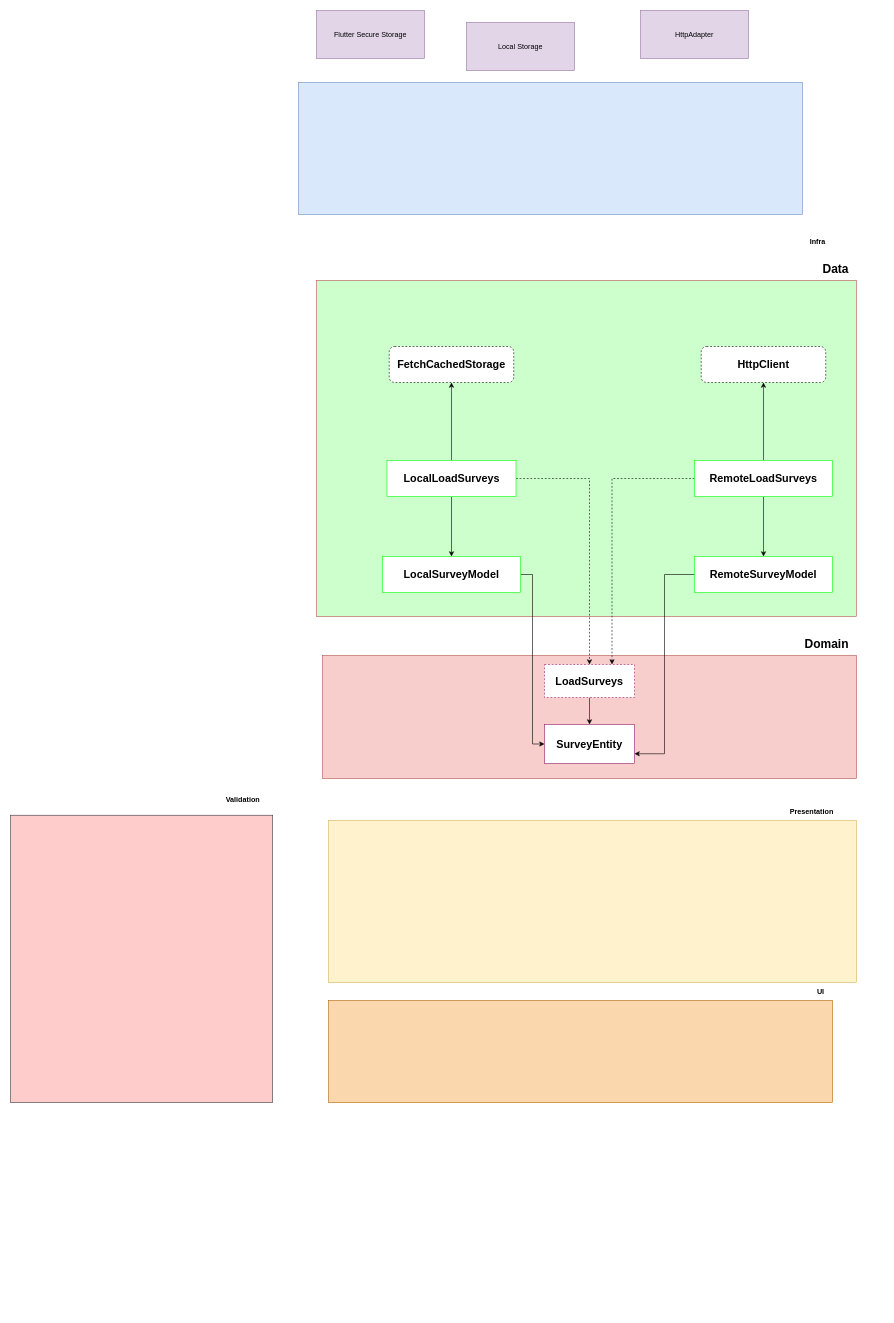
This is page "Survey" (2 of 4) of requirements/Arquitetura TattooManager.drawio from PedroMerinoDev/tattoo_manager, a draw.io file, before an edit. Source tidied: cells renumbered, new cells numbered last; positions are measured from the earlier drawing's top-left corner, leaving out a move shared by most shapes. Both pictures are drawn from the tidied source at 60%, with x=0, y=0 at pixel (10, 10).
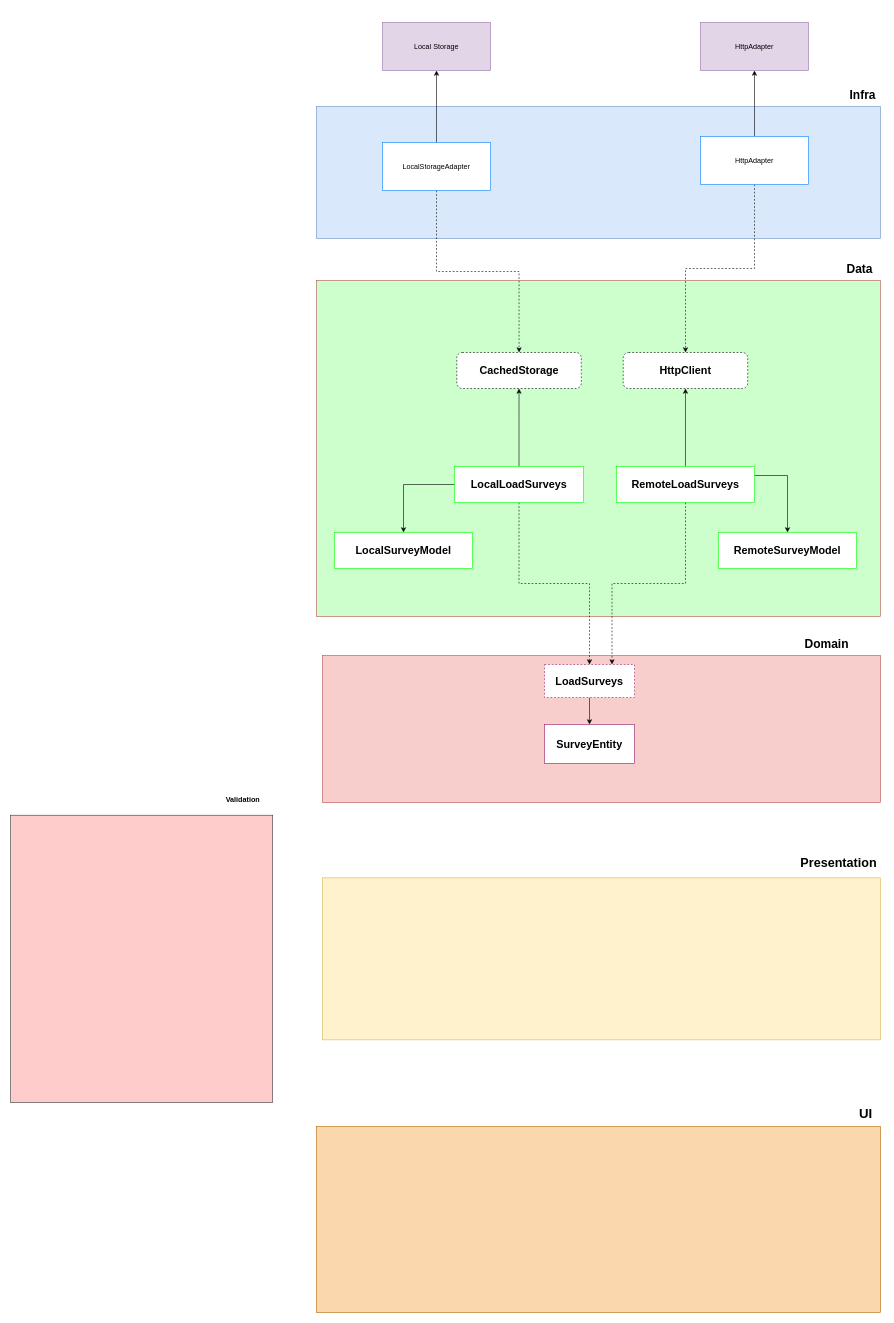
The same page after the edit.

Unchanged cells that the change refers to:
```xml
<mxCell id="5" value="&lt;b&gt;&lt;font style=&quot;font-size: 18px;&quot;&gt;SurveyEntity&lt;/font&gt;&lt;/b&gt;" style="rounded=0;whiteSpace=wrap;html=1;strokeColor=#941967;" parent="1" vertex="1">
  <mxGeometry x="890" y="1190" width="150" height="65" as="geometry" />
</mxCell>
```

What changed in the source:
```diff
@@
     <mxCell id="2" style="rounded=0;whiteSpace=wrap;html=1;fillColor=#f8cecc;strokeColor=#b85450;" parent="1" vertex="1">
-      <mxGeometry x="520" y="1075" width="890" height="205" as="geometry" />
+      <mxGeometry x="520" y="1075" width="930" height="245" as="geometry" />
     </mxCell>
@@
     <mxCell id="7" style="rounded=0;whiteSpace=wrap;html=1;fillColor=#CCFFCC;strokeColor=#b85450;" parent="1" vertex="1">
-      <mxGeometry x="510" y="450" width="900" height="560" as="geometry" />
+      <mxGeometry x="510" y="450" width="940" height="560" as="geometry" />
     </mxCell>
     <mxCell id="8" value="&lt;b&gt;&lt;font style=&quot;font-size: 20px;&quot;&gt;Data&lt;/font&gt;&lt;br&gt;&lt;/b&gt;" style="text;html=1;align=center;verticalAlign=middle;strokeColor=none;fillColor=none;" parent="1" vertex="1">
-      <mxGeometry x="1340" y="410" width="70" height="40" as="geometry" />
+      <mxGeometry x="1380" y="410" width="70" height="40" as="geometry" />
     </mxCell>
-    <mxCell id="9" style="rounded=0;jettySize=auto;html=1;edgeStyle=orthogonalEdgeStyle;" parent="1" edge="1" source="12" target="33">
-      <mxGeometry relative="1" as="geometry" />
-    </mxCell>
@@
+    <mxCell id="9" style="edgeStyle=orthogonalEdgeStyle;rounded=0;jettySize=auto;html=1;exitX=0;exitY=0.5;exitDx=0;exitDy=0;entryX=0.5;entryY=0;entryDx=0;entryDy=0;" parent="1" edge="1" source="12" target="33">
+      <mxGeometry relative="1" as="geometry" />
+    </mxCell>
     <mxCell id="12" value="&lt;font style=&quot;font-size: 18px;&quot;&gt;&lt;b&gt;LocalLoadSurveys&lt;/b&gt;&lt;/font&gt;" style="rounded=0;whiteSpace=wrap;html=1;strokeColor=#00FF00;" parent="1" vertex="1">
-      <mxGeometry x="627.5" y="750" width="215" height="60" as="geometry" />
+      <mxGeometry x="740" y="760" width="215" height="60" as="geometry" />
     </mxCell>
-    <mxCell id="13" style="rounded=0;jettySize=auto;html=1;entryX=1;entryY=0.75;entryDx=0;entryDy=0;edgeStyle=orthogonalEdgeStyle;" parent="1" edge="1" source="14" target="5">
-      <mxGeometry relative="1" as="geometry" />
-    </mxCell>
     <mxCell id="14" value="&lt;font style=&quot;font-size: 18px;&quot;&gt;&lt;b&gt;RemoteSurveyModel&lt;/b&gt;&lt;/font&gt;" style="rounded=0;whiteSpace=wrap;html=1;strokeColor=#00FF00;" parent="1" vertex="1">
-      <mxGeometry x="1140" y="910" width="230" height="60" as="geometry" />
+      <mxGeometry x="1180" y="870" width="230" height="60" as="geometry" />
     </mxCell>
     <mxCell id="15" style="rounded=0;whiteSpace=wrap;html=1;fillColor=#dae8fc;strokeColor=#6c8ebf;" parent="1" vertex="1">
-      <mxGeometry x="480" y="120" width="840" height="220" as="geometry" />
+      <mxGeometry x="510" y="160" width="940" height="220" as="geometry" />
     </mxCell>
-    <mxCell id="16" value="&lt;b&gt;Infra&lt;br&gt;&lt;/b&gt;" style="text;html=1;align=center;verticalAlign=middle;strokeColor=none;fillColor=none;" parent="1" vertex="1">
-      <mxGeometry x="1320" y="370" width="50" height="30" as="geometry" />
+    <mxCell id="16" value="&lt;b&gt;&lt;font style=&quot;font-size: 20px;&quot;&gt;Infra&lt;/font&gt;&lt;br&gt;&lt;/b&gt;" style="text;html=1;align=center;verticalAlign=middle;strokeColor=none;fillColor=none;" parent="1" vertex="1">
+      <mxGeometry x="1385" y="120" width="70" height="40" as="geometry" />
     </mxCell>
     <mxCell id="17" value="HttpAdapter" style="rounded=0;whiteSpace=wrap;html=1;strokeColor=#9673a6;fillColor=#e1d5e7;" parent="1" vertex="1">
-      <mxGeometry x="1050" width="180" height="80" as="geometry" />
+      <mxGeometry x="1150" y="20" width="180" height="80" as="geometry" />
     </mxCell>
     <mxCell id="18" style="rounded=0;whiteSpace=wrap;html=1;fillColor=#fff2cc;strokeColor=#d6b656;" parent="1" vertex="1">
-      <mxGeometry x="530" y="1350" width="880" height="270" as="geometry" />
+      <mxGeometry x="520" y="1445.6" width="930" height="270" as="geometry" />
     </mxCell>
-    <mxCell id="19" value="&lt;b&gt;Presentation&lt;br&gt;&lt;/b&gt;" style="text;html=1;align=center;verticalAlign=middle;strokeColor=none;fillColor=none;" parent="1" vertex="1">
-      <mxGeometry x="1285" y="1320" width="100" height="30" as="geometry" />
+    <mxCell id="19" value="&lt;b&gt;&lt;font style=&quot;font-size: 21px;&quot;&gt;Presentation&lt;/font&gt;&lt;br&gt;&lt;/b&gt;" style="text;html=1;align=center;verticalAlign=middle;strokeColor=none;fillColor=none;" parent="1" vertex="1">
+      <mxGeometry x="1305" y="1400" width="150" height="40" as="geometry" />
     </mxCell>
-    <mxCell id="20" value="&lt;b&gt;UI&lt;br&gt;&lt;/b&gt;" style="text;html=1;align=center;verticalAlign=middle;strokeColor=none;fillColor=none;" parent="1" vertex="1">
-      <mxGeometry x="1330" y="1620" width="40" height="30" as="geometry" />
+    <mxCell id="20" value="&lt;b&gt;&lt;font style=&quot;font-size: 22px;&quot;&gt;UI&lt;/font&gt;&lt;br&gt;&lt;/b&gt;" style="text;html=1;align=center;verticalAlign=middle;strokeColor=none;fillColor=none;" parent="1" vertex="1">
+      <mxGeometry x="1400" y="1820" width="50" height="40" as="geometry" />
     </mxCell>
     <mxCell id="21" style="rounded=0;whiteSpace=wrap;html=1;fillColor=#fad7ac;strokeColor=#b46504;" parent="1" vertex="1">
-      <mxGeometry x="530" y="1650" width="840" height="170" as="geometry" />
+      <mxGeometry x="510" y="1860" width="940" height="310" as="geometry" />
     </mxCell>
@@
-    <mxCell id="24" value="&lt;span style=&quot;color: rgb(0, 0, 0); font-family: Helvetica; font-style: normal; font-variant-ligatures: normal; font-variant-caps: normal; letter-spacing: normal; orphans: 2; text-align: center; text-indent: 0px; text-transform: none; widows: 2; word-spacing: 0px; -webkit-text-stroke-width: 0px; background-color: rgb(251, 251, 251); text-decoration-thickness: initial; text-decoration-style: initial; text-decoration-color: initial; float: none; display: inline !important;&quot;&gt;&lt;font style=&quot;font-size: 18px;&quot;&gt;&lt;b&gt;FetchCachedStorage&lt;/b&gt;&lt;/font&gt;&lt;/span&gt;" style="rounded=1;whiteSpace=wrap;html=1;dashed=1;" parent="1" vertex="1">
-      <mxGeometry x="631.2" y="560" width="207.5" height="60" as="geometry" />
+    <mxCell id="24" value="&lt;span style=&quot;color: rgb(0, 0, 0); font-family: Helvetica; font-style: normal; font-variant-ligatures: normal; font-variant-caps: normal; letter-spacing: normal; orphans: 2; text-align: center; text-indent: 0px; text-transform: none; widows: 2; word-spacing: 0px; -webkit-text-stroke-width: 0px; background-color: rgb(251, 251, 251); text-decoration-thickness: initial; text-decoration-style: initial; text-decoration-color: initial; float: none; display: inline !important;&quot;&gt;&lt;font style=&quot;font-size: 18px;&quot;&gt;&lt;b&gt;CachedStorage&lt;/b&gt;&lt;/font&gt;&lt;/span&gt;" style="rounded=1;whiteSpace=wrap;html=1;dashed=1;" parent="1" vertex="1">
+      <mxGeometry x="743.8" y="570" width="207.5" height="60" as="geometry" />
     </mxCell>
     <mxCell id="25" value="Local Storage" style="rounded=0;whiteSpace=wrap;html=1;strokeColor=#9673a6;fillColor=#e1d5e7;" parent="1" vertex="1">
-      <mxGeometry x="760" y="20" width="180" height="80" as="geometry" />
+      <mxGeometry x="620" y="20" width="180" height="80" as="geometry" />
     </mxCell>
-    <mxCell id="26" value="Flutter Secure Storage" style="rounded=0;whiteSpace=wrap;html=1;strokeColor=#9673a6;fillColor=#e1d5e7;" parent="1" vertex="1">
-      <mxGeometry x="510" width="180" height="80" as="geometry" />
-    </mxCell>
-    <mxCell id="27" style="rounded=0;jettySize=auto;html=1;edgeStyle=orthogonalEdgeStyle;" parent="1" edge="1" source="30" target="14">
-      <mxGeometry relative="1" as="geometry" />
-    </mxCell>
@@
+    <mxCell id="27" style="edgeStyle=orthogonalEdgeStyle;rounded=0;jettySize=auto;html=1;exitX=1;exitY=0.25;exitDx=0;exitDy=0;" parent="1" edge="1" source="30" target="14">
+      <mxGeometry relative="1" as="geometry" />
+    </mxCell>
     <mxCell id="30" value="&lt;font style=&quot;font-size: 18px;&quot;&gt;&lt;b&gt;RemoteLoadSurveys&lt;/b&gt;&lt;/font&gt;" style="rounded=0;whiteSpace=wrap;html=1;strokeColor=#00FF00;" parent="1" vertex="1">
-      <mxGeometry x="1140" y="750" width="230" height="60" as="geometry" />
+      <mxGeometry x="1010" y="760" width="230" height="60" as="geometry" />
     </mxCell>
     <mxCell id="31" value="&lt;font size=&quot;1&quot; style=&quot;&quot;&gt;&lt;b style=&quot;font-size: 18px;&quot;&gt;HttpClient&lt;/b&gt;&lt;/font&gt;" style="rounded=1;whiteSpace=wrap;html=1;dashed=1;" parent="1" vertex="1">
-      <mxGeometry x="1151.2" y="560" width="207.5" height="60" as="geometry" />
+      <mxGeometry x="1021.2" y="570" width="207.5" height="60" as="geometry" />
     </mxCell>
-    <mxCell id="32" style="rounded=0;jettySize=auto;html=1;entryX=0;entryY=0.5;entryDx=0;entryDy=0;edgeStyle=orthogonalEdgeStyle;" parent="1" edge="1" source="33" target="5">
-      <mxGeometry relative="1" as="geometry" />
-    </mxCell>
     <mxCell id="33" value="&lt;font style=&quot;font-size: 18px;&quot;&gt;&lt;b&gt;LocalSurveyModel&lt;/b&gt;&lt;/font&gt;" style="rounded=0;whiteSpace=wrap;html=1;strokeColor=#00FF00;" parent="1" vertex="1">
-      <mxGeometry x="620" y="910" width="230" height="60" as="geometry" />
+      <mxGeometry x="540" y="870" width="230" height="60" as="geometry" />
     </mxCell>
+    <mxCell id="34" style="edgeStyle=orthogonalEdgeStyle;rounded=0;jettySize=auto;html=1;exitX=0.5;exitY=1;exitDx=0;exitDy=0;dashed=1;" parent="1" edge="1" source="36" target="24">
+      <mxGeometry relative="1" as="geometry" />
+    </mxCell>
+    <mxCell id="35" style="edgeStyle=orthogonalEdgeStyle;rounded=0;jettySize=auto;html=1;exitX=0.5;exitY=0;exitDx=0;exitDy=0;" parent="1" edge="1" source="36" target="25">
+      <mxGeometry relative="1" as="geometry" />
+    </mxCell>
+    <mxCell id="36" value="LocalStorageAdapter" style="rounded=0;whiteSpace=wrap;html=1;strokeColor=#007FFF;" parent="1" vertex="1">
+      <mxGeometry x="620" y="220" width="180" height="80" as="geometry" />
+    </mxCell>
+    <mxCell id="37" style="edgeStyle=orthogonalEdgeStyle;rounded=0;jettySize=auto;html=1;dashed=1;" parent="1" edge="1" source="39" target="31">
+      <mxGeometry relative="1" as="geometry" />
+    </mxCell>
+    <mxCell id="38" style="edgeStyle=orthogonalEdgeStyle;rounded=0;jettySize=auto;html=1;entryX=0.5;entryY=1;entryDx=0;entryDy=0;" parent="1" edge="1" source="39" target="17">
+      <mxGeometry relative="1" as="geometry" />
+    </mxCell>
+    <mxCell id="39" value="HttpAdapter" style="rounded=0;whiteSpace=wrap;html=1;strokeColor=#007FFF;" parent="1" vertex="1">
+      <mxGeometry x="1150" y="210" width="180" height="80" as="geometry" />
+    </mxCell>
```
